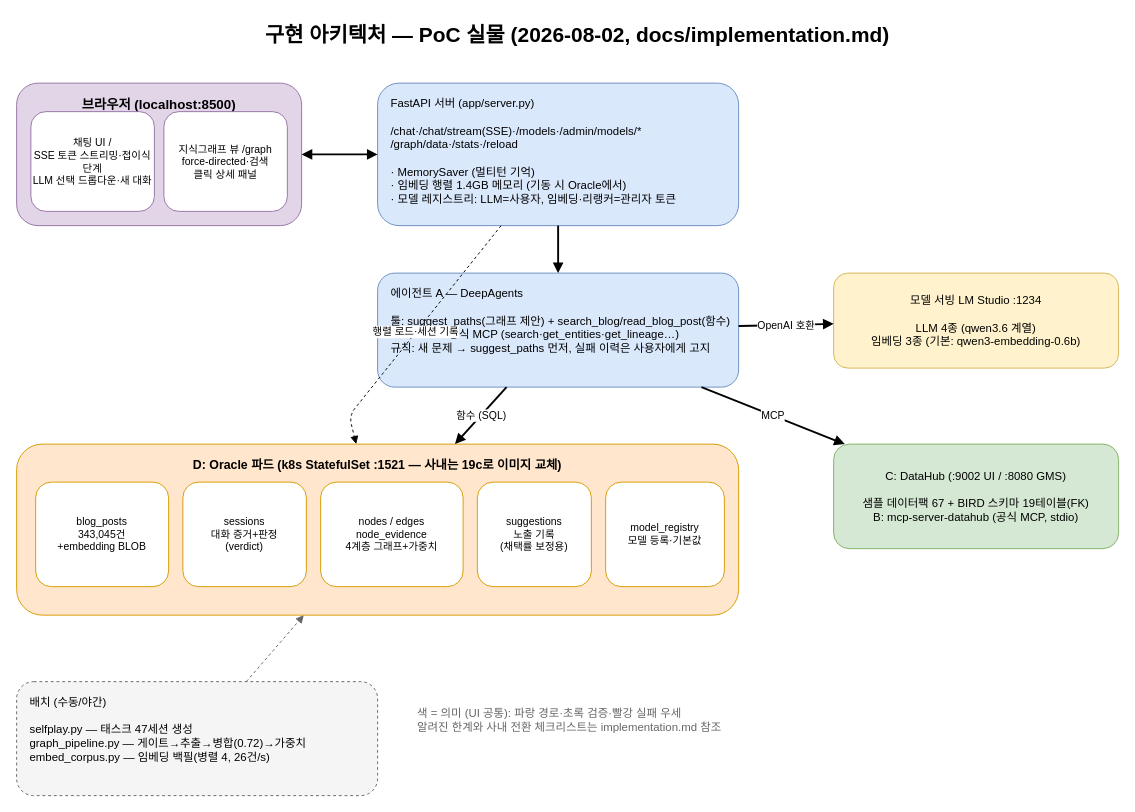
catinbox276/graph-search-chat keeps this draw.io diagram as page "구현 아키텍처" (5 of 5) of system-overview.drawio. Above is the earlier version. Source tidied: cells renumbered, new cells numbered last; positions are measured from the earlier drawing's top-left corner, leaving out a move shared by most shapes. Both pictures are drawn from the tidied source at 95%, with x=0, y=0 at pixel (16, 16).
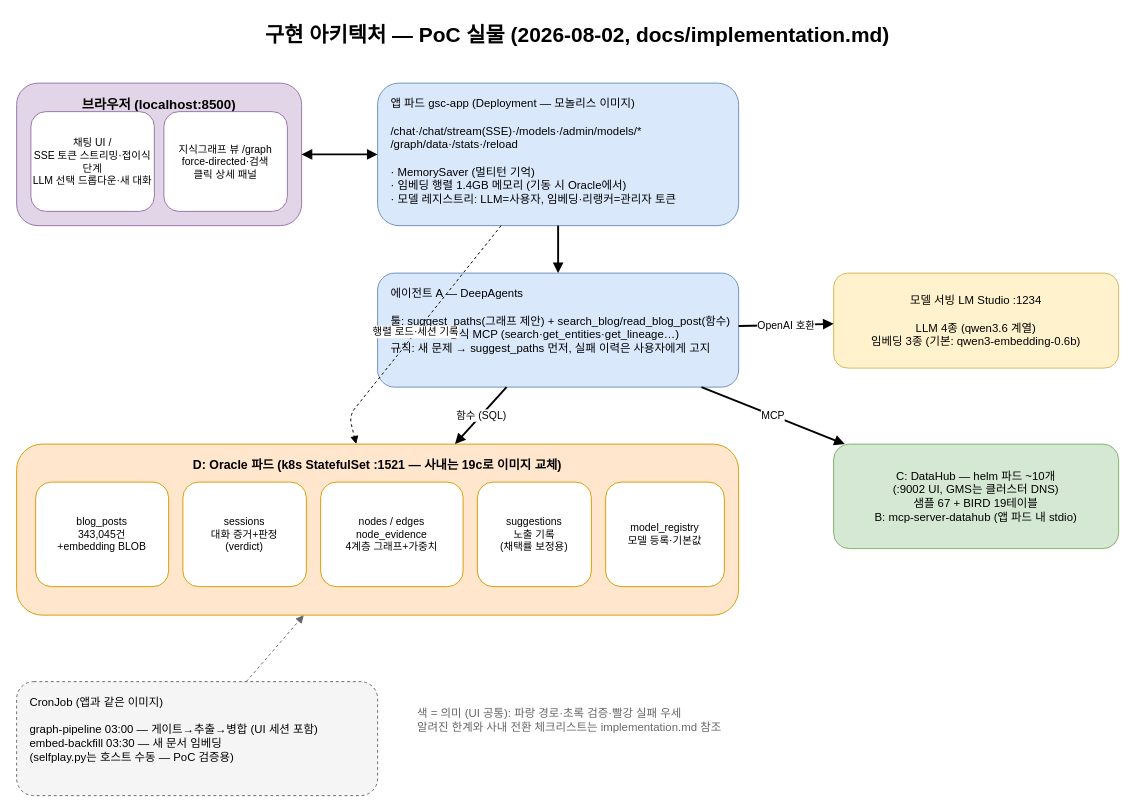
The same diagram, later.

Commit message (it also covers changes not shown here):
feat: LM Studio 제외 전부 파드화 — 앱 Deployment + CronJob + DataHub helm 이전

Diff of the diagram source:
```diff
@@
-    <mxCell id="6" value="FastAPI 서버 (app/server.py)&#10;&#10;/chat·/chat/stream(SSE)·/models·/admin/models/*&#10;/graph/data·/stats·/reload&#10;&#10;· MemorySaver (멀티턴 기억)&#10;· 임베딩 행렬 1.4GB 메모리 (기동 시 Oracle에서)&#10;· 모델 레지스트리: LLM=사용자, 임베딩·리랭커=관리자 토큰" style="rounded=1;whiteSpace=wrap;html=1;fillColor=#dae8fc;strokeColor=#6c8ebf;fontSize=12;align=left;spacingLeft=12;verticalAlign=top;spacingTop=8;" parent="1" vertex="1">
+    <mxCell id="6" value="앱 파드 gsc-app (Deployment — 모놀리스 이미지)&#10;&#10;/chat·/chat/stream(SSE)·/models·/admin/models/*&#10;/graph/data·/stats·/reload&#10;&#10;· MemorySaver (멀티턴 기억)&#10;· 임베딩 행렬 1.4GB 메모리 (기동 시 Oracle에서)&#10;· 모델 레지스트리: LLM=사용자, 임베딩·리랭커=관리자 토큰" style="rounded=1;whiteSpace=wrap;html=1;fillColor=#dae8fc;strokeColor=#6c8ebf;fontSize=12;align=left;spacingLeft=12;verticalAlign=top;spacingTop=8;" parent="1" vertex="1">
       <mxGeometry x="380" y="70" width="380" height="150" as="geometry" />
     </mxCell>
@@
-    <mxCell id="15" value="C: DataHub (:9002 UI / :8080 GMS)&#10;&#10;샘플 데이터팩 67 + BIRD 스키마 19테이블(FK)&#10;B: mcp-server-datahub (공식 MCP, stdio)" style="rounded=1;whiteSpace=wrap;html=1;fillColor=#d5e8d4;strokeColor=#82b366;fontSize=12;" parent="1" vertex="1">
+    <mxCell id="15" value="C: DataHub — helm 파드 ~10개&#10;(:9002 UI, GMS는 클러스터 DNS)&#10;샘플 67 + BIRD 19테이블&#10;B: mcp-server-datahub (앱 파드 내 stdio)" style="rounded=1;whiteSpace=wrap;html=1;fillColor=#d5e8d4;strokeColor=#82b366;fontSize=12;" parent="1" vertex="1">
       <mxGeometry x="860" y="450" width="300" height="110" as="geometry" />
     </mxCell>
-    <mxCell id="16" value="배치 (수동/야간)&#10;&#10;selfplay.py — 태스크 47세션 생성&#10;graph_pipeline.py — 게이트→추출→병합(0.72)→가중치&#10;embed_corpus.py — 임베딩 백필(병렬 4, 26건/s)" style="rounded=1;whiteSpace=wrap;html=1;fillColor=#f5f5f5;strokeColor=#666666;fontSize=12;align=left;spacingLeft=12;verticalAlign=top;spacingTop=8;dashed=1;" parent="1" vertex="1">
+    <mxCell id="16" value="CronJob (앱과 같은 이미지)&#10;&#10;graph-pipeline 03:00 — 게이트→추출→병합 (UI 세션 포함)&#10;embed-backfill 03:30 — 새 문서 임베딩&#10;(selfplay.py는 호스트 수동 — PoC 검증용)" style="rounded=1;whiteSpace=wrap;html=1;fillColor=#f5f5f5;strokeColor=#666666;fontSize=12;align=left;spacingLeft=12;verticalAlign=top;spacingTop=8;dashed=1;" parent="1" vertex="1">
       <mxGeometry y="700" width="380" height="120" as="geometry" />
     </mxCell>
```
